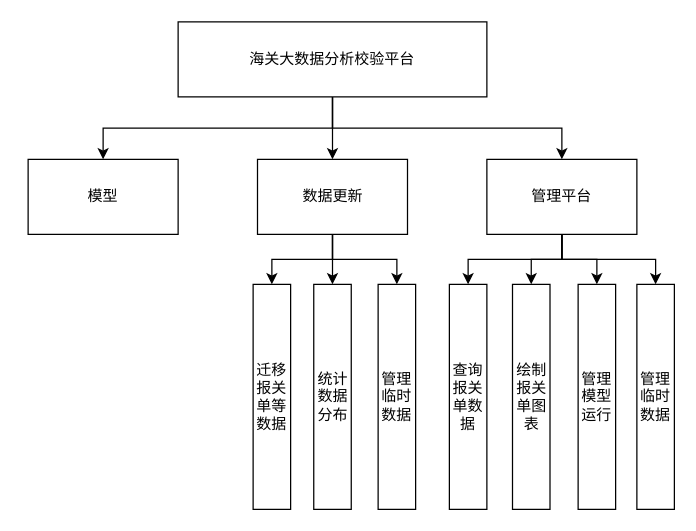
Before: page "功能结构图" (3 of 4) of 海关项目图表.drawio in zjtone/RL-Note, a draw.io diagram. Source tidied: cells renumbered, new cells numbered last; positions are measured from the earlier drawing's top-left corner, leaving out a move shared by most shapes. Both pictures are drawn from the tidied source at 125%, with x=0, y=0 at pixel (28, 21).
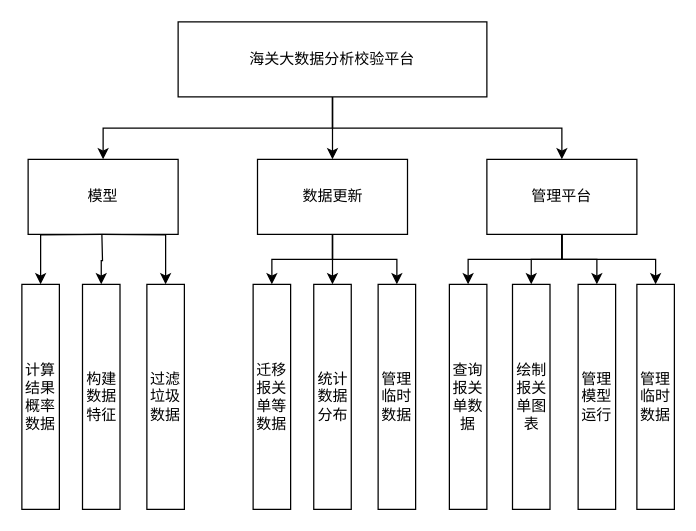
The same page after the edit.

What changed in the source:
```diff
@@
+    <mxCell id="23" style="edgeStyle=orthogonalEdgeStyle;rounded=0;jettySize=auto;html=1;entryX=0.5;entryY=0;entryDx=0;entryDy=0;" parent="1" edge="1" target="26">
+      <mxGeometry relative="1" as="geometry">
+        <mxPoint x="59" y="170" as="sourcePoint" />
+      </mxGeometry>
+    </mxCell>
+    <mxCell id="24" style="edgeStyle=orthogonalEdgeStyle;rounded=0;jettySize=auto;html=1;entryX=0.5;entryY=0;entryDx=0;entryDy=0;" parent="1" edge="1" target="27">
+      <mxGeometry relative="1" as="geometry">
+        <mxPoint x="59" y="170" as="sourcePoint" />
+      </mxGeometry>
+    </mxCell>
+    <mxCell id="25" style="edgeStyle=orthogonalEdgeStyle;rounded=0;jettySize=auto;html=1;entryX=0.5;entryY=0;entryDx=0;entryDy=0;" parent="1" edge="1" target="28">
+      <mxGeometry relative="1" as="geometry">
+        <mxPoint x="59" y="170" as="sourcePoint" />
+      </mxGeometry>
+    </mxCell>
+    <mxCell id="26" value="构建数据特征" style="rounded=0;whiteSpace=wrap;html=1;perimeterSpacing=0;spacingLeft=2;spacingRight=2;" parent="1" vertex="1">
+      <mxGeometry x="43.5" y="210" width="30" height="180" as="geometry" />
+    </mxCell>
+    <mxCell id="27" value="计算结果概率数据" style="rounded=0;whiteSpace=wrap;html=1;perimeterSpacing=0;spacingLeft=2;spacingRight=2;" parent="1" vertex="1">
+      <mxGeometry x="-5" y="210" width="30" height="180" as="geometry" />
+    </mxCell>
+    <mxCell id="28" value="过滤垃圾数据" style="rounded=0;whiteSpace=wrap;html=1;perimeterSpacing=0;spacingLeft=2;spacingRight=2;" parent="1" vertex="1">
+      <mxGeometry x="95" y="210" width="30" height="180" as="geometry" />
+    </mxCell>
```
